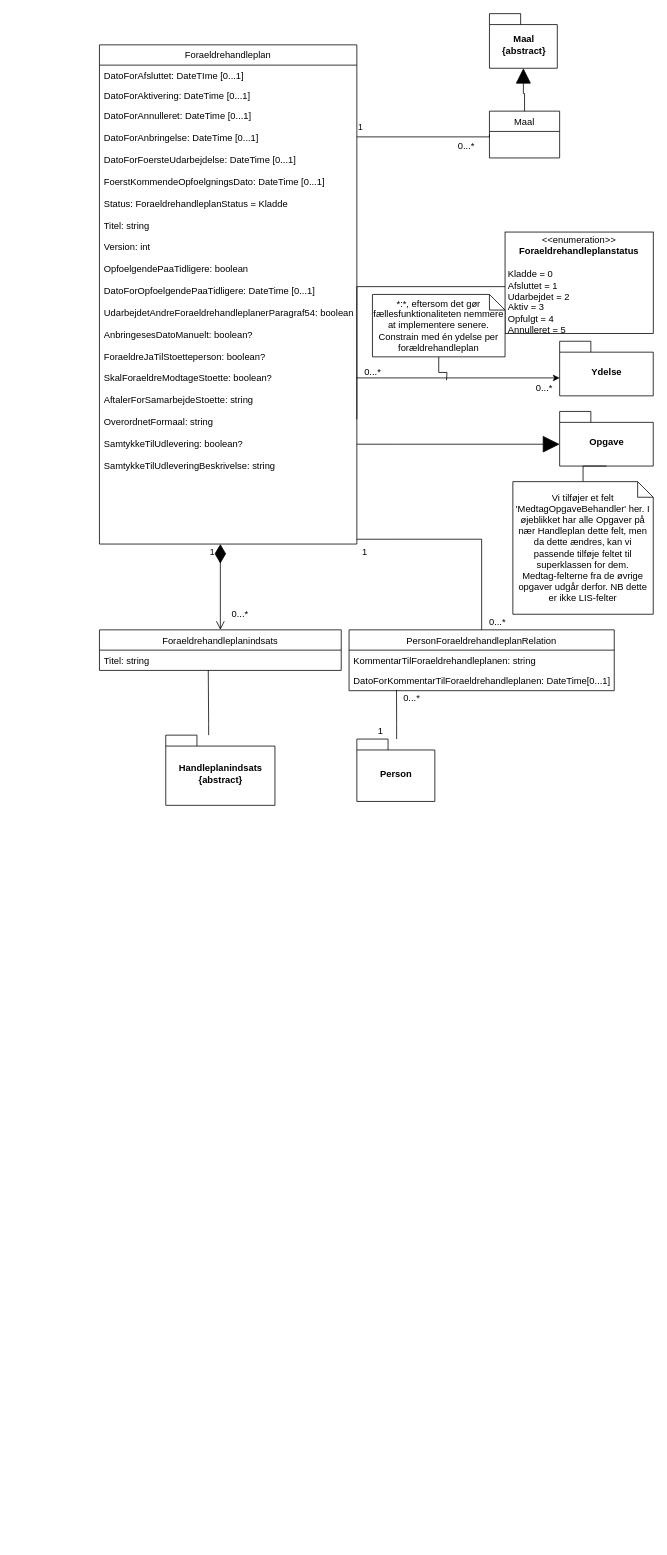
Before: Untitled Diagram.drawio in DanielMikkelsen/CompanyCarpool, a draw.io diagram. Source tidied: cells renumbered, new cells numbered last; positions are measured from the earlier drawing's top-left corner, leaving out a move shared by most shapes. Both pictures are drawn from the tidied source at 78%, with x=0, y=0 at pixel (99, 13).
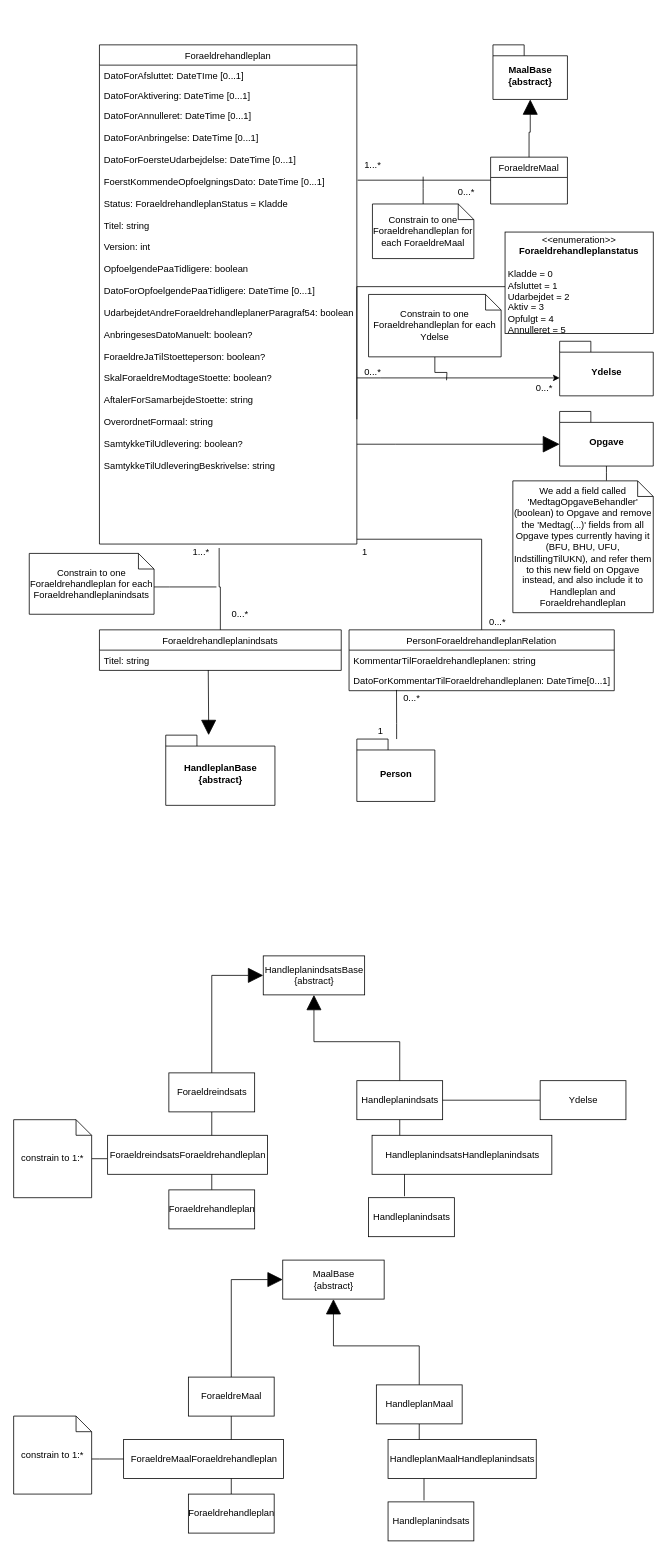
The same diagram, later.

Unchanged cells that the change refers to:
```xml
<mxCell id="5" value="DatoForAnnulleret: DateTime [0...1]&#10;&#10;DatoForAnbringelse: DateTime [0...1]&#10;&#10;DatoForFoersteUdarbejdelse: DateTime [0...1]&#10;&#10;FoerstKommendeOpfoelgningsDato: DateTime [0...1]&#10;&#10;Status: ForaeldrehandleplanStatus = Kladde&#10;&#10;Titel: string&#10;&#10;Version: int&#10;&#10;OpfoelgendePaaTidligere: boolean&#10;&#10;DatoForOpfoelgendePaaTidligere: DateTime [0...1]&#10;&#10;UdarbejdetAndreForaeldrehandleplanerParagraf54: boolean&#10;&#10;AnbringesesDatoManuelt: boolean?&#10;&#10;ForaeldreJaTilStoetteperson: boolean?&#10;&#10;SkalForaeldreModtageStoette: boolean?&#10;&#10;AftalerForSamarbejdeStoette: string&#10;&#10;OverordnetFormaal: string&#10;&#10;SamtykkeTilUdlevering: boolean?&#10;&#10;SamtykkeTilUdleveringBeskrivelse: string&#10;&#10;" style="text;align=left;verticalAlign=top;spacingLeft=4;spacingRight=4;overflow=hidden;points=[[0,0.5],[1,0.5]];portConstraint=eastwest;rounded=0;shadow=0;html=0;" parent="2" vertex="1">
  <mxGeometry y="78" width="330" height="562" as="geometry" />
</mxCell>
<mxCell id="9" value="Foraeldrehandleplanindsats" style="swimlane;fontStyle=0;horizontal=1;startSize=26;fillColor=none;" parent="1" vertex="1">
  <mxGeometry y="790" width="310" height="52" as="geometry" />
</mxCell>
<mxCell id="10" value="Titel: string" style="text;strokeColor=none;fillColor=none;align=left;verticalAlign=top;spacingLeft=4;spacingRight=4;overflow=hidden;points=[[0,0.5],[1,0.5]];portConstraint=eastwest;" parent="9" vertex="1">
  <mxGeometry y="26" width="310" height="26" as="geometry" />
</mxCell>
<mxCell id="28" value="Opgave" style="shape=folder;fontStyle=1;spacingTop=10;tabWidth=40;tabHeight=14;tabPosition=left;html=1;" parent="1" vertex="1">
  <mxGeometry x="590" y="510" width="120" height="70" as="geometry" />
</mxCell>
```

What changed in the source:
```diff
@@
     <mxCell id="6" value="0...*" style="text;html=1;align=center;verticalAlign=middle;" parent="1" vertex="1">
-      <mxGeometry x="450" y="160" width="40" height="20" as="geometry" />
+      <mxGeometry x="450" y="219" width="40" height="20" as="geometry" />
     </mxCell>
@@
+    <mxCell id="39" style="edgeStyle=orthogonalEdgeStyle;rounded=0;jettySize=auto;html=1;entryX=0.465;entryY=1.009;entryDx=0;entryDy=0;entryPerimeter=0;startArrow=none;startFill=0;startSize=17;endArrow=none;endFill=0;targetPerimeterSpacing=0;" parent="1" edge="1" source="9" target="5">
+      <mxGeometry relative="1" as="geometry">
+        <Array as="points">
+          <mxPoint x="155" y="735" />
+          <mxPoint x="153" y="735" />
+        </Array>
+      </mxGeometry>
+    </mxCell>
@@
-    <mxCell id="15" value="1" style="endArrow=open;html=1;endSize=9;startArrow=diamondThin;startSize=22;startFill=1;edgeStyle=orthogonalEdgeStyle;align=left;verticalAlign=bottom;strokeWidth=1;entryX=0.5;entryY=0;entryDx=0;entryDy=0;" parent="1" edge="1" source="5" target="9">
-      <mxGeometry x="-0.64" y="-15" relative="1" as="geometry">
-        <Array as="points">
-          <mxPoint x="155" y="690" />
-          <mxPoint x="155" y="690" />
-        </Array>
-      </mxGeometry>
-    </mxCell>
@@
-    <mxCell id="23" value="1" style="endArrow=none;html=1;endSize=12;startArrow=none;startSize=20;startFill=0;edgeStyle=orthogonalEdgeStyle;align=left;verticalAlign=bottom;rounded=0;endFill=0;entryX=0;entryY=0.5;entryDx=0;entryDy=0;" parent="1" edge="1" source="5" target="34">
-      <mxGeometry x="-1" y="3" relative="1" as="geometry">
-        <Array as="points">
-          <mxPoint x="500" y="158" />
-        </Array>
-      </mxGeometry>
-    </mxCell>
@@
     <mxCell id="30" style="edgeStyle=orthogonalEdgeStyle;rounded=0;jettySize=auto;html=1;entryX=0.5;entryY=1;entryDx=0;entryDy=0;entryPerimeter=0;startSize=20;endArrow=none;endFill=0;endSize=9;strokeColor=#000000;" parent="1" edge="1" source="31" target="28">
-      <mxGeometry relative="1" as="geometry" />
+      <mxGeometry relative="1" as="geometry">
+        <Array as="points">
+          <mxPoint x="650" y="588" />
+          <mxPoint x="650" y="588" />
+        </Array>
+      </mxGeometry>
     </mxCell>
-    <mxCell id="31" value="Vi tilføjer et felt 'MedtagOpgaveBehandler' her. I øjeblikket har alle Opgaver på nær Handleplan dette felt, men da dette ændres, kan vi passende tilføje feltet til superklassen for dem.&lt;br&gt;Medtag-felterne fra de øvrige opgaver udgår derfor. NB dette er ikke LIS-felter" style="shape=note;size=20;whiteSpace=wrap;html=1;" parent="1" vertex="1">
-      <mxGeometry x="530" y="600" width="180" height="170" as="geometry" />
+    <mxCell id="31" value="We add a field called 'MedtagOpgaveBehandler' (boolean) to Opgave and remove the 'Medtag(...)' fields from all Opgave types currently having it (BFU, BHU, UFU, IndstillingTilUKN), and refer them to this new field on Opgave instead, and also include it to Handleplan and Foraeldrehandleplan" style="shape=note;size=20;whiteSpace=wrap;html=1;" parent="1" vertex="1">
+      <mxGeometry x="530" y="599" width="180" height="169" as="geometry" />
     </mxCell>
-    <mxCell id="32" style="edgeStyle=orthogonalEdgeStyle;rounded=0;jettySize=auto;html=1;entryX=0.5;entryY=0;entryDx=0;entryDy=0;endArrow=none;endFill=0;startArrow=block;startFill=1;targetPerimeterSpacing=0;startSize=17;" parent="1" edge="1" source="33" target="34">
+    <mxCell id="32" style="edgeStyle=orthogonalEdgeStyle;rounded=0;jettySize=auto;html=1;entryX=0.5;entryY=0;entryDx=0;entryDy=0;startArrow=block;startFill=1;startSize=17;endArrow=none;endFill=0;targetPerimeterSpacing=0;" parent="1" edge="1" source="33" target="34">
       <mxGeometry relative="1" as="geometry" />
     </mxCell>
-    <mxCell id="33" value="Maal&lt;br&gt;{abstract}" style="shape=folder;fontStyle=1;spacingTop=10;tabWidth=40;tabHeight=14;tabPosition=left;html=1;" parent="1" vertex="1">
-      <mxGeometry x="500" width="87" height="70" as="geometry" />
+    <mxCell id="33" value="MaalBase&lt;br&gt;{abstract}" style="shape=folder;fontStyle=1;spacingTop=10;tabWidth=40;tabHeight=14;tabPosition=left;html=1;" parent="1" vertex="1">
+      <mxGeometry x="504.5" y="40" width="95.5" height="70" as="geometry" />
     </mxCell>
+    <mxCell id="40" style="edgeStyle=orthogonalEdgeStyle;rounded=0;jettySize=auto;html=1;entryX=1.003;entryY=0.065;entryDx=0;entryDy=0;entryPerimeter=0;startArrow=none;startFill=0;startSize=17;endArrow=none;endFill=0;targetPerimeterSpacing=0;" parent="1" edge="1" source="34">
+      <mxGeometry relative="1" as="geometry">
+        <mxPoint x="331" y="213.5" as="targetPoint" />
+      </mxGeometry>
+    </mxCell>
-    <mxCell id="34" value="Maal" style="swimlane;fontStyle=0;horizontal=1;startSize=26;fillColor=none;" parent="1" vertex="1">
-      <mxGeometry x="500" y="125" width="90" height="60" as="geometry" />
+    <mxCell id="34" value="ForaeldreMaal" style="swimlane;fontStyle=0;horizontal=1;startSize=26;fillColor=none;" parent="1" vertex="1">
+      <mxGeometry x="501.5" y="184" width="98.5" height="60" as="geometry" />
     </mxCell>
@@
-    <mxCell id="36" value="*:*, eftersom det gør fællesfunktionaliteten nemmere at implementere senere. Constrain med én ydelse per forældrehandleplan" style="shape=note;size=20;whiteSpace=wrap;html=1;" parent="1" vertex="1">
-      <mxGeometry x="350" y="360" width="170" height="80" as="geometry" />
+    <mxCell id="36" value="Constrain to one Foraeldrehandleplan for each Ydelse" style="shape=note;size=20;whiteSpace=wrap;html=1;" parent="1" vertex="1">
+      <mxGeometry x="345" y="360" width="170" height="80" as="geometry" />
     </mxCell>
-    <mxCell id="37" style="edgeStyle=orthogonalEdgeStyle;rounded=0;jettySize=auto;html=1;entryX=0.45;entryY=0.98;entryDx=0;entryDy=0;entryPerimeter=0;startArrow=none;startFill=0;startSize=17;endArrow=none;endFill=0;targetPerimeterSpacing=0;" parent="1" edge="1" source="38" target="10">
+    <mxCell id="37" style="edgeStyle=orthogonalEdgeStyle;rounded=0;jettySize=auto;html=1;entryX=0.45;entryY=0.98;entryDx=0;entryDy=0;entryPerimeter=0;startArrow=block;startFill=1;startSize=17;endArrow=none;endFill=0;targetPerimeterSpacing=0;" parent="1" edge="1" source="38" target="10">
       <mxGeometry relative="1" as="geometry">
         <Array as="points">
           <mxPoint x="140" y="910" />
           <mxPoint x="140" y="910" />
         </Array>
       </mxGeometry>
     </mxCell>
-    <mxCell id="38" value="Handleplanindsats&lt;br&gt;{abstract}" style="shape=folder;fontStyle=1;spacingTop=10;tabWidth=40;tabHeight=14;tabPosition=left;html=1;" parent="1" vertex="1">
+    <mxCell id="38" value="HandleplanBase&lt;br&gt;{abstract}" style="shape=folder;fontStyle=1;spacingTop=10;tabWidth=40;tabHeight=14;tabPosition=left;html=1;" parent="1" vertex="1">
       <mxGeometry x="85" y="925" width="140" height="90" as="geometry" />
     </mxCell>
+    <mxCell id="41" value="1...*" style="text;html=1;align=center;verticalAlign=middle;" parent="1" vertex="1">
+      <mxGeometry x="110" y="680" width="40" height="20" as="geometry" />
+    </mxCell>
+    <mxCell id="42" value="1...*" style="text;html=1;align=center;verticalAlign=middle;" parent="1" vertex="1">
+      <mxGeometry x="330" y="184" width="40" height="20" as="geometry" />
+    </mxCell>
+    <mxCell id="43" style="edgeStyle=orthogonalEdgeStyle;rounded=0;jettySize=auto;html=1;startArrow=none;startFill=0;startSize=17;endArrow=none;endFill=0;targetPerimeterSpacing=0;" parent="1" edge="1" source="44">
+      <mxGeometry relative="1" as="geometry">
+        <mxPoint x="150" y="735" as="targetPoint" />
+        <Array as="points">
+          <mxPoint x="90" y="735" />
+          <mxPoint x="90" y="735" />
+        </Array>
+      </mxGeometry>
+    </mxCell>
+    <mxCell id="44" value="Constrain to one Foraeldrehandleplan for each Foraeldrehandleplanindsats" style="shape=note;size=20;whiteSpace=wrap;html=1;" parent="1" vertex="1">
+      <mxGeometry x="-90" y="692" width="160" height="78" as="geometry" />
+    </mxCell>
+    <mxCell id="45" style="edgeStyle=orthogonalEdgeStyle;rounded=0;jettySize=auto;html=1;startArrow=none;startFill=0;startSize=17;endArrow=none;endFill=0;targetPerimeterSpacing=0;" parent="1" edge="1" source="46">
+      <mxGeometry relative="1" as="geometry">
+        <mxPoint x="415" y="209" as="targetPoint" />
+      </mxGeometry>
+    </mxCell>
+    <mxCell id="46" value="Constrain to one Foraeldrehandleplan for each ForaeldreMaal" style="shape=note;size=20;whiteSpace=wrap;html=1;" parent="1" vertex="1">
+      <mxGeometry x="350" y="244" width="130" height="70" as="geometry" />
+    </mxCell>
+    <mxCell id="47" style="edgeStyle=orthogonalEdgeStyle;rounded=0;jettySize=auto;html=1;entryX=0.5;entryY=0;entryDx=0;entryDy=0;startArrow=block;startFill=1;startSize=17;endArrow=none;endFill=0;targetPerimeterSpacing=0;" parent="1" edge="1" source="49" target="51">
+      <mxGeometry relative="1" as="geometry" />
+    </mxCell>
+    <mxCell id="48" style="edgeStyle=orthogonalEdgeStyle;rounded=0;jettySize=auto;html=1;entryX=0.5;entryY=0;entryDx=0;entryDy=0;startArrow=block;startFill=1;startSize=17;endArrow=none;endFill=0;targetPerimeterSpacing=0;" parent="1" edge="1" source="49" target="53">
+      <mxGeometry relative="1" as="geometry" />
+    </mxCell>
+    <mxCell id="49" value="HandleplanindsatsBase&lt;br&gt;{abstract}" style="html=1;" parent="1" vertex="1">
+      <mxGeometry x="210" y="1208" width="130" height="50" as="geometry" />
+    </mxCell>
+    <mxCell id="50" style="edgeStyle=orthogonalEdgeStyle;rounded=0;jettySize=auto;html=1;entryX=0.5;entryY=0;entryDx=0;entryDy=0;startArrow=none;startFill=0;startSize=17;endArrow=none;endFill=0;targetPerimeterSpacing=0;" parent="1" edge="1" source="51" target="54">
+      <mxGeometry relative="1" as="geometry" />
+    </mxCell>
+    <mxCell id="51" value="Foraeldreindsats" style="html=1;" parent="1" vertex="1">
+      <mxGeometry x="89" y="1358" width="110" height="50" as="geometry" />
+    </mxCell>
+    <mxCell id="52" style="edgeStyle=orthogonalEdgeStyle;rounded=0;jettySize=auto;html=1;entryX=0.419;entryY=-0.038;entryDx=0;entryDy=0;entryPerimeter=0;startArrow=none;startFill=0;startSize=17;endArrow=none;endFill=0;targetPerimeterSpacing=0;" parent="1" edge="1" source="53" target="55">
+      <mxGeometry relative="1" as="geometry" />
+    </mxCell>
+    <mxCell id="53" value="Handleplanindsats" style="html=1;" parent="1" vertex="1">
+      <mxGeometry x="330" y="1368" width="110" height="50" as="geometry" />
+    </mxCell>
+    <mxCell id="54" value="Foraeldrehandleplan" style="html=1;" parent="1" vertex="1">
+      <mxGeometry x="89" y="1508" width="110" height="50" as="geometry" />
+    </mxCell>
+    <mxCell id="55" value="Handleplanindsats" style="html=1;" parent="1" vertex="1">
+      <mxGeometry x="345" y="1518" width="110" height="50" as="geometry" />
+    </mxCell>
+    <mxCell id="56" style="edgeStyle=orthogonalEdgeStyle;rounded=0;jettySize=auto;html=1;entryX=0.5;entryY=0;entryDx=0;entryDy=0;startArrow=block;startFill=1;startSize=17;endArrow=none;endFill=0;targetPerimeterSpacing=0;" parent="1" edge="1" source="58" target="60">
+      <mxGeometry relative="1" as="geometry" />
+    </mxCell>
+    <mxCell id="57" style="edgeStyle=orthogonalEdgeStyle;rounded=0;jettySize=auto;html=1;entryX=0.5;entryY=0;entryDx=0;entryDy=0;startArrow=block;startFill=1;startSize=17;endArrow=none;endFill=0;targetPerimeterSpacing=0;" parent="1" edge="1" source="58" target="62">
+      <mxGeometry relative="1" as="geometry" />
+    </mxCell>
+    <mxCell id="58" value="MaalBase&lt;br&gt;{abstract}" style="html=1;" parent="1" vertex="1">
+      <mxGeometry x="235" y="1598" width="130" height="50" as="geometry" />
+    </mxCell>
+    <mxCell id="59" style="edgeStyle=orthogonalEdgeStyle;rounded=0;jettySize=auto;html=1;entryX=0.5;entryY=0;entryDx=0;entryDy=0;startArrow=none;startFill=0;startSize=17;endArrow=none;endFill=0;targetPerimeterSpacing=0;" parent="1" edge="1" source="60" target="63">
+      <mxGeometry relative="1" as="geometry" />
+    </mxCell>
+    <mxCell id="60" value="ForaeldreMaal" style="html=1;" parent="1" vertex="1">
+      <mxGeometry x="114" y="1748" width="110" height="50" as="geometry" />
+    </mxCell>
+    <mxCell id="61" style="edgeStyle=orthogonalEdgeStyle;rounded=0;jettySize=auto;html=1;entryX=0.419;entryY=-0.038;entryDx=0;entryDy=0;entryPerimeter=0;startArrow=none;startFill=0;startSize=17;endArrow=none;endFill=0;targetPerimeterSpacing=0;" parent="1" edge="1" source="62" target="64">
+      <mxGeometry relative="1" as="geometry" />
+    </mxCell>
+    <mxCell id="62" value="HandleplanMaal" style="html=1;" parent="1" vertex="1">
+      <mxGeometry x="355" y="1758" width="110" height="50" as="geometry" />
+    </mxCell>
+    <mxCell id="63" value="Foraeldrehandleplan" style="html=1;" parent="1" vertex="1">
+      <mxGeometry x="114" y="1898" width="110" height="50" as="geometry" />
+    </mxCell>
+    <mxCell id="64" value="Handleplanindsats" style="html=1;" parent="1" vertex="1">
+      <mxGeometry x="370" y="1908" width="110" height="50" as="geometry" />
+    </mxCell>
+    <mxCell id="65" style="edgeStyle=orthogonalEdgeStyle;rounded=0;jettySize=auto;html=1;entryX=1;entryY=0.5;entryDx=0;entryDy=0;startArrow=none;startFill=0;startSize=17;endArrow=none;endFill=0;targetPerimeterSpacing=0;" parent="1" edge="1" source="66" target="53">
+      <mxGeometry relative="1" as="geometry" />
+    </mxCell>
+    <mxCell id="66" value="Ydelse" style="html=1;" parent="1" vertex="1">
+      <mxGeometry x="565" y="1368" width="110" height="50" as="geometry" />
+    </mxCell>
+    <mxCell id="67" value="ForaeldreMaalForaeldrehandleplan" style="html=1;" parent="1" vertex="1">
+      <mxGeometry x="31" y="1828" width="205" height="50" as="geometry" />
+    </mxCell>
+    <mxCell id="68" value="HandleplanMaalHandleplanindsats" style="html=1;" parent="1" vertex="1">
+      <mxGeometry x="370" y="1828" width="190" height="50" as="geometry" />
+    </mxCell>
+    <mxCell id="69" value="ForaeldreindsatsForaeldrehandleplan" style="html=1;" parent="1" vertex="1">
+      <mxGeometry x="10.5" y="1438" width="205" height="50" as="geometry" />
+    </mxCell>
+    <mxCell id="70" value="HandleplanindsatsHandleplanindsats" style="html=1;" parent="1" vertex="1">
+      <mxGeometry x="349.5" y="1438" width="230.5" height="50" as="geometry" />
+    </mxCell>
+    <mxCell id="71" style="edgeStyle=orthogonalEdgeStyle;rounded=0;jettySize=auto;html=1;startArrow=none;startFill=0;startSize=17;endArrow=none;endFill=0;targetPerimeterSpacing=0;" parent="1" edge="1" source="72">
+      <mxGeometry relative="1" as="geometry">
+        <mxPoint x="10" y="1468" as="targetPoint" />
+      </mxGeometry>
+    </mxCell>
+    <mxCell id="72" value="constrain to 1:*" style="shape=note;size=20;whiteSpace=wrap;html=1;" parent="1" vertex="1">
+      <mxGeometry x="-110" y="1418" width="100" height="100" as="geometry" />
+    </mxCell>
+    <mxCell id="73" style="edgeStyle=orthogonalEdgeStyle;rounded=0;jettySize=auto;html=1;entryX=0;entryY=0.5;entryDx=0;entryDy=0;startArrow=none;startFill=0;startSize=17;endArrow=none;endFill=0;targetPerimeterSpacing=0;" parent="1" edge="1" source="74" target="67">
+      <mxGeometry relative="1" as="geometry">
+        <Array as="points">
+          <mxPoint y="1853" />
+          <mxPoint y="1853" />
+        </Array>
+      </mxGeometry>
+    </mxCell>
+    <mxCell id="74" value="constrain to 1:*" style="shape=note;size=20;whiteSpace=wrap;html=1;" parent="1" vertex="1">
+      <mxGeometry x="-110" y="1798" width="100" height="100" as="geometry" />
+    </mxCell>
```
